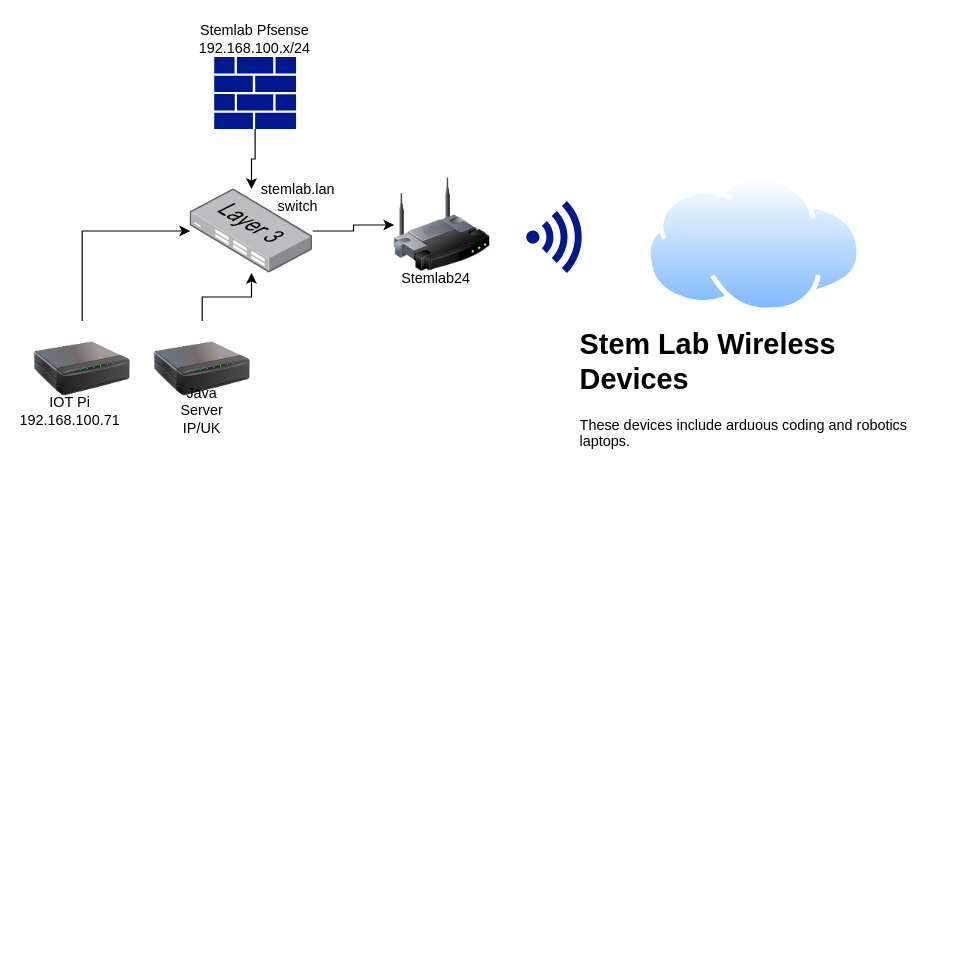
Earlier version of the draw.io diagram networking/Stemlab.net.drawio (Deathraymind/StemLabMK2). Source tidied: cells renumbered, new cells numbered last; positions are measured from the earlier drawing's top-left corner, leaving out a move shared by most shapes. Both pictures are drawn from the tidied source at 120%, with x=0, y=0 at pixel (34, 20).
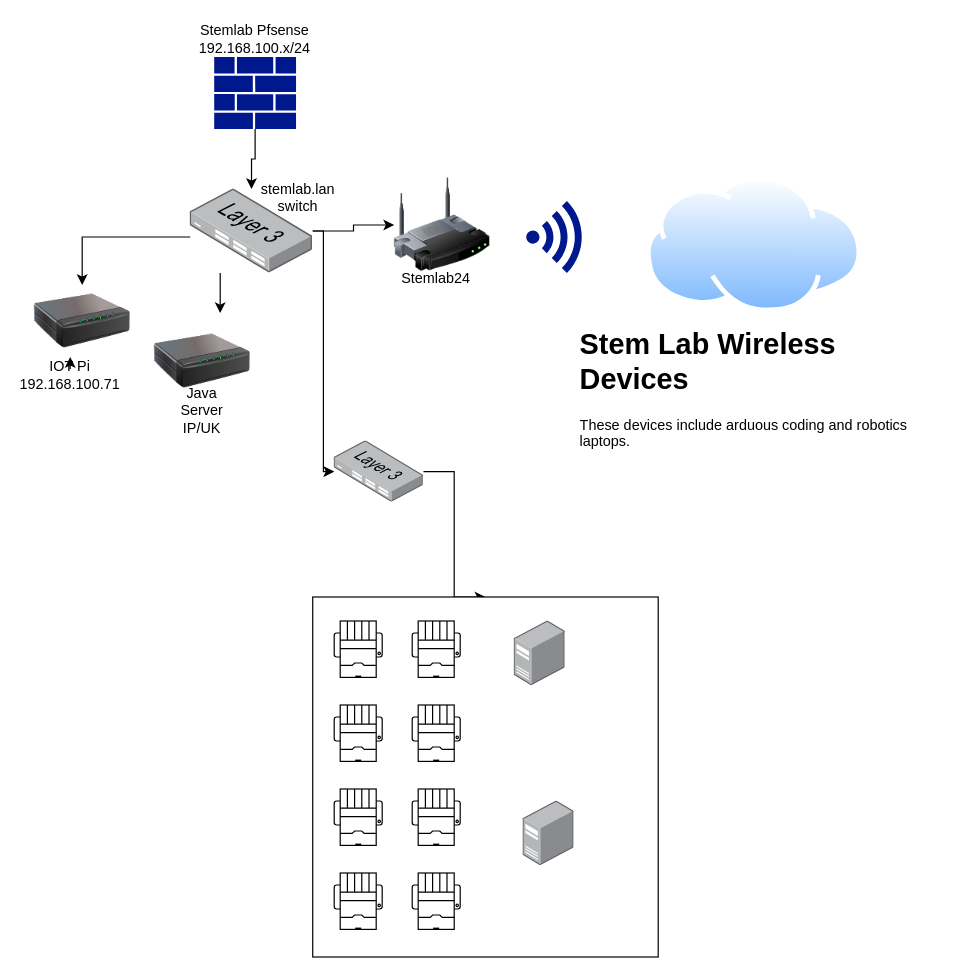
After the change.

Unchanged cells that the change refers to:
```xml
<mxCell id="5" style="image;points=[];html=1;align=center;shadow=0;dashed=0;image=img/lib/allied_telesis/switch/Switch_24_port_L3.svg;" parent="1" vertex="1">
  <mxGeometry x="130" y="140" width="102.1" height="70" as="geometry" />
</mxCell>
```

The edit, as a diff of the source:
```diff
@@
+    <mxCell id="19" style="edgeStyle=elbowEdgeStyle;rounded=0;orthogonalLoop=1;jettySize=auto;html=1;entryX=0.5;entryY=0;entryDx=0;entryDy=0;" parent="1" edge="1">
+      <mxGeometry relative="1" as="geometry">
+        <mxPoint x="130" y="180" as="sourcePoint" />
+        <mxPoint x="40" y="220" as="targetPoint" />
+        <Array as="points">
+          <mxPoint x="40" y="180" />
+        </Array>
+      </mxGeometry>
+    </mxCell>
+    <mxCell id="20" style="edgeStyle=elbowEdgeStyle;rounded=0;jettySize=auto;html=1;" parent="1" edge="1" source="5" target="10">
+      <mxGeometry relative="1" as="geometry" />
+    </mxCell>
+    <mxCell id="21" style="edgeStyle=elbowEdgeStyle;rounded=0;jettySize=auto;html=1;" parent="1" edge="1" source="5" target="24">
+      <mxGeometry relative="1" as="geometry" />
+    </mxCell>
@@
-    <mxCell id="7" style="edgeStyle=elbowEdgeStyle;rounded=0;jettySize=auto;html=1;" parent="1" edge="1" source="8" target="5">
-      <mxGeometry relative="1" as="geometry">
-        <Array as="points">
-          <mxPoint x="40" y="230" />
-        </Array>
-      </mxGeometry>
-    </mxCell>
+    <mxCell id="22" style="edgeStyle=elbowEdgeStyle;rounded=0;jettySize=auto;html=1;" parent="1" edge="1" source="8" target="15">
+      <mxGeometry relative="1" as="geometry" />
+    </mxCell>
     <mxCell id="8" style="image;html=1;image=img/lib/clip_art/networking/Print_Server_128x128.png;" parent="1" vertex="1">
-      <mxGeometry y="250" width="80" height="80" as="geometry" />
+      <mxGeometry y="210" width="80" height="80" as="geometry" />
     </mxCell>
-    <mxCell id="9" style="edgeStyle=orthogonalEdgeStyle;rounded=0;jettySize=auto;html=1;" parent="1" edge="1" source="10" target="5">
-      <mxGeometry relative="1" as="geometry" />
-    </mxCell>
     <mxCell id="10" style="image;html=1;image=img/lib/clip_art/networking/Print_Server_128x128.png;" parent="1" vertex="1">
-      <mxGeometry x="100" y="250" width="80" height="80" as="geometry" />
+      <mxGeometry x="100" y="243.4" width="80" height="80" as="geometry" />
     </mxCell>
@@
     <mxCell id="15" value="&lt;div&gt;IOT Pi &lt;br&gt;&lt;/div&gt;&lt;div&gt;192.168.100.71&lt;br&gt;&lt;/div&gt;" style="text;html=1;strokeColor=none;fillColor=none;align=center;verticalAlign=middle;whiteSpace=wrap;rounded=0;" parent="1" vertex="1">
-      <mxGeometry y="310" width="60" height="30" as="geometry" />
+      <mxGeometry y="280" width="60" height="30" as="geometry" />
     </mxCell>
@@
+    <mxCell id="23" style="edgeStyle=elbowEdgeStyle;rounded=0;jettySize=auto;html=1;entryX=0.5;entryY=0;entryDx=0;entryDy=0;" parent="1" edge="1" source="24" target="25">
+      <mxGeometry relative="1" as="geometry" />
+    </mxCell>
+    <mxCell id="24" style="image;points=[];html=1;align=center;shadow=0;dashed=0;image=img/lib/allied_telesis/switch/Switch_24_port_L3.svg;" parent="1" vertex="1">
+      <mxGeometry x="250" y="350" width="74.4" height="51" as="geometry" />
+    </mxCell>
+    <mxCell id="25" style="rounded=0;whiteSpace=wrap;html=1;" parent="1" vertex="1">
+      <mxGeometry x="232.1" y="480" width="287.9" height="300" as="geometry" />
+    </mxCell>
+    <mxCell id="26" style="verticalLabelPosition=bottom;html=1;verticalAlign=top;align=center;shape=mxgraph.floorplan.printer;" parent="1" vertex="1">
+      <mxGeometry x="250" y="500" width="40" height="47" as="geometry" />
+    </mxCell>
+    <mxCell id="27" style="verticalLabelPosition=bottom;html=1;verticalAlign=top;align=center;shape=mxgraph.floorplan.printer;" parent="1" vertex="1">
+      <mxGeometry x="250" y="570" width="40" height="47" as="geometry" />
+    </mxCell>
+    <mxCell id="28" style="verticalLabelPosition=bottom;html=1;verticalAlign=top;align=center;shape=mxgraph.floorplan.printer;" parent="1" vertex="1">
+      <mxGeometry x="250" y="640" width="40" height="47" as="geometry" />
+    </mxCell>
+    <mxCell id="29" style="verticalLabelPosition=bottom;html=1;verticalAlign=top;align=center;shape=mxgraph.floorplan.printer;" parent="1" vertex="1">
+      <mxGeometry x="315" y="500" width="40" height="47" as="geometry" />
+    </mxCell>
+    <mxCell id="30" style="verticalLabelPosition=bottom;html=1;verticalAlign=top;align=center;shape=mxgraph.floorplan.printer;" parent="1" vertex="1">
+      <mxGeometry x="315" y="570" width="40" height="47" as="geometry" />
+    </mxCell>
+    <mxCell id="31" style="verticalLabelPosition=bottom;html=1;verticalAlign=top;align=center;shape=mxgraph.floorplan.printer;" parent="1" vertex="1">
+      <mxGeometry x="315" y="640" width="40" height="47" as="geometry" />
+    </mxCell>
+    <mxCell id="32" style="verticalLabelPosition=bottom;html=1;verticalAlign=top;align=center;shape=mxgraph.floorplan.printer;" parent="1" vertex="1">
+      <mxGeometry x="250" y="710" width="40" height="47" as="geometry" />
+    </mxCell>
+    <mxCell id="33" style="verticalLabelPosition=bottom;html=1;verticalAlign=top;align=center;shape=mxgraph.floorplan.printer;" parent="1" vertex="1">
+      <mxGeometry x="315" y="710" width="40" height="47" as="geometry" />
+    </mxCell>
+    <mxCell id="34" style="image;html=1;align=center;shadow=0;dashed=0;image=img/lib/allied_telesis/computer_and_terminals/Server_Desktop.svg;" parent="1" vertex="1">
+      <mxGeometry x="400" y="500" width="42.6" height="54" as="geometry" />
+    </mxCell>
+    <mxCell id="35" style="image;html=1;align=center;shadow=0;dashed=0;image=img/lib/allied_telesis/computer_and_terminals/Server_Desktop.svg;" parent="1" vertex="1">
+      <mxGeometry x="407.4" y="650" width="42.6" height="54" as="geometry" />
+    </mxCell>
```
